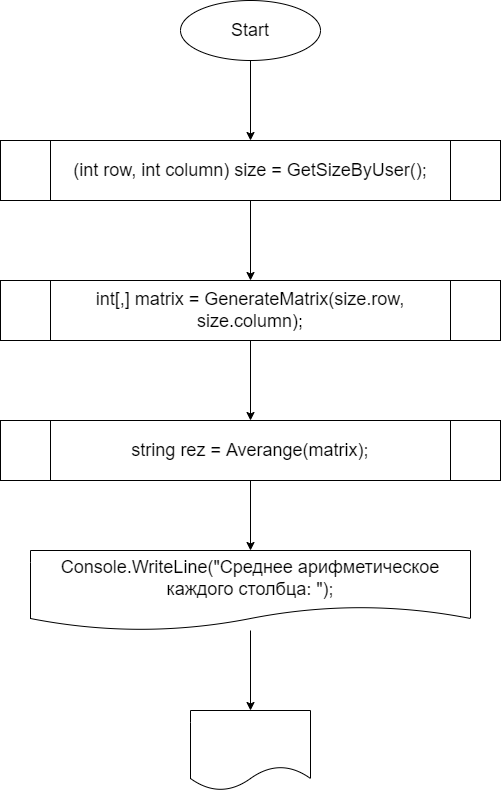
Earlier version of the draw.io export Ex03/blok.drawio.png (ShrimpyKate/HomeWork07). Source tidied: cells renumbered, new cells last; positions are measured from the earlier drawing's top-left corner, leaving out a move shared by most shapes.
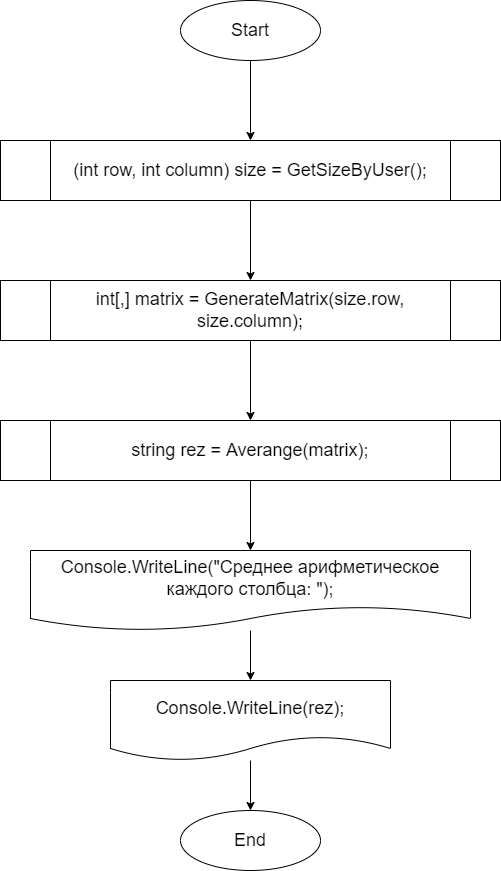
Above is the later version.

Change to the diagram source:
```diff
@@ -32,8 +32,14 @@
     <mxCell id="11" value="&lt;font style=&quot;font-size: 18px;&quot;&gt;Console.WriteLine(&quot;Cреднее арифметическое каждого столбца: &quot;);&lt;/font&gt;" style="shape=document;whiteSpace=wrap;html=1;boundedLbl=1;" parent="1" vertex="1">
       <mxGeometry x="30" y="550" width="440" height="80" as="geometry" />
     </mxCell>
+    <mxCell id="13" style="edgeStyle=none;html=1;fontSize=18;" parent="1" edge="1" source="12" target="14">
+      <mxGeometry relative="1" as="geometry" />
+    </mxCell>
-    <mxCell id="12" style="shape=document;whiteSpace=wrap;html=1;boundedLbl=1;" parent="1" vertex="1">
-      <mxGeometry x="190" y="710" width="120" height="80" as="geometry" />
+    <mxCell id="12" value="&lt;font style=&quot;font-size: 18px;&quot;&gt;Console.WriteLine(rez);&lt;/font&gt;" style="shape=document;whiteSpace=wrap;html=1;boundedLbl=1;" parent="1" vertex="1">
+      <mxGeometry x="110" y="680" width="280" height="80" as="geometry" />
     </mxCell>
+    <mxCell id="14" value="&lt;font style=&quot;font-size: 18px;&quot;&gt;End&lt;/font&gt;" style="ellipse;whiteSpace=wrap;html=1;" parent="1" vertex="1">
+      <mxGeometry x="180" y="810" width="140" height="60" as="geometry" />
+    </mxCell>
   </root>
 </mxGraphModel>
```
